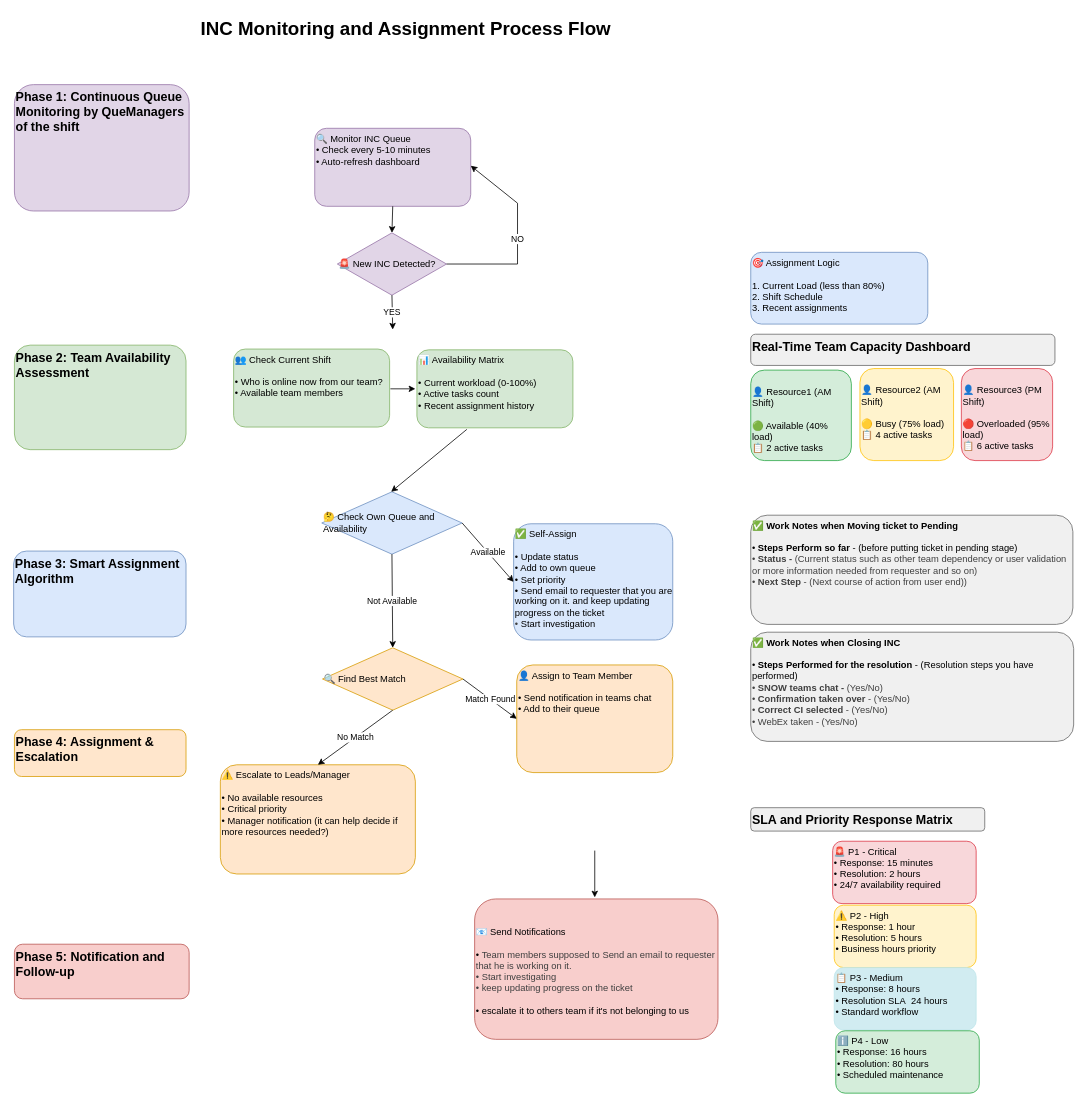
Before: INC-Monitoring-Assignment.drawio in vilaswasnik/SnowINCProcess, a draw.io diagram. Source tidied: cells renumbered, new cells numbered last; positions are measured from the earlier drawing's top-left corner, leaving out a move shared by most shapes. Both pictures are drawn from the tidied source at 78%, with x=0, y=0 at pixel (13, 13).
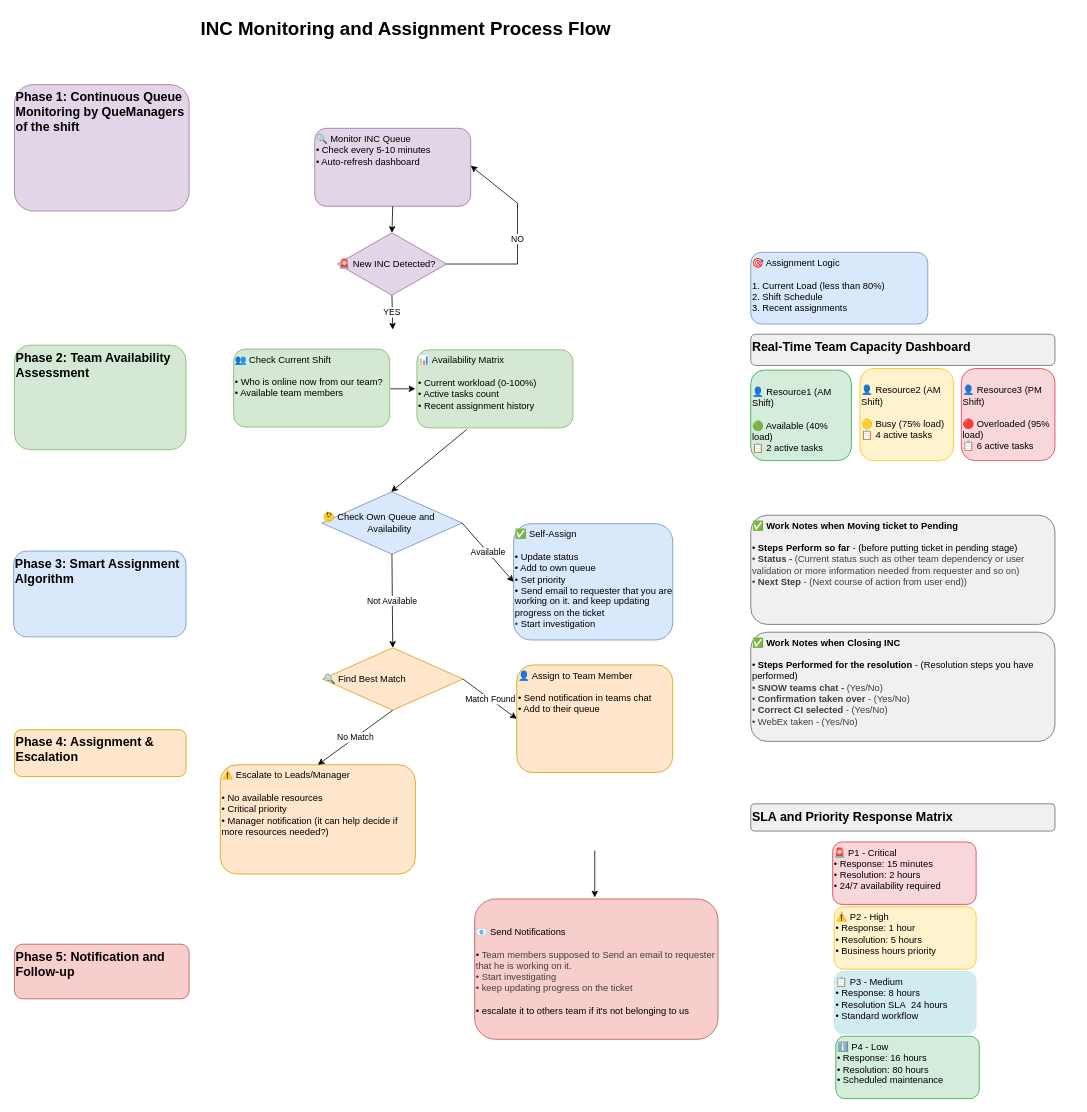
The same page after the edit.

Commit message:
Improve diagram formatting and layout consistency

- Adjust canvas zoom level for optimal viewing (dx=1240)
- Enhance text spacing in decision box for better readability
- Standardize element widths for visual consistency:
  - Team member blocks: consistent 120px width
  - Work notes sections: standardized to 390px width
- Optimize SLA section positioning and alignment
- Minor positioning adjustments for better overall layout

The edit, as a diff of the source:
```diff
@@
-    <mxCell id="10" value="🤔 Check Own Queue and Availability" style="rhombus;whiteSpace=wrap;html=1;fillColor=#dae8fc;strokeColor=#6c8ebf;align=left;verticalAlign=middle;" parent="1" vertex="1">
+    <mxCell id="10" value="🤔 Check Own Queue and&amp;nbsp; &amp;nbsp; &amp;nbsp; &amp;nbsp; &amp;nbsp; &amp;nbsp; &amp;nbsp; &amp;nbsp; &amp;nbsp; &amp;nbsp; &amp;nbsp; &amp;nbsp; &amp;nbsp; &amp;nbsp;Availability" style="rhombus;whiteSpace=wrap;html=1;fillColor=#dae8fc;strokeColor=#6c8ebf;align=left;verticalAlign=middle;" parent="1" vertex="1">
       <mxGeometry x="395" y="613" width="180" height="80" as="geometry" />
     </mxCell>
@@
     <mxCell id="21" value="&lt;div&gt;&lt;br&gt;&lt;/div&gt;👤&amp;nbsp;&lt;span style=&quot;color: rgb(0, 0, 0);&quot;&gt;Resource3&lt;/span&gt;&amp;nbsp;(PM Shift)&lt;div&gt;&lt;font color=&quot;#000000&quot;&gt;&lt;br&gt;&lt;/font&gt;&lt;div&gt;🔴 Overloaded (95% load)&lt;br&gt;📋 6 active tasks&lt;br&gt;&lt;br&gt;&lt;/div&gt;&lt;/div&gt;" style="rounded=1;whiteSpace=wrap;html=1;fillColor=#f8d7da;strokeColor=#dc3545;align=left;verticalAlign=top;" parent="1" vertex="1">
-      <mxGeometry x="1215" y="455" width="117" height="118" as="geometry" />
+      <mxGeometry x="1215" y="455" width="120" height="118" as="geometry" />
     </mxCell>
@@
     <mxCell id="24" value="SLA and Priority Response Matrix" style="rounded=1;whiteSpace=wrap;html=1;fontSize=16;fontStyle=1;fillColor=#f0f0f0;strokeColor=#666666;align=left;verticalAlign=top;" parent="1" vertex="1">
-      <mxGeometry x="945" y="1018" width="300" height="30" as="geometry" />
+      <mxGeometry x="945" y="1013" width="390" height="35" as="geometry" />
     </mxCell>
     <mxCell id="25" value="🚨 P1 - Critical&lt;br&gt;• Response: 15 minutes&lt;br&gt;• Resolution: 2 hours&lt;br&gt;• 24/7 availability required" style="rounded=1;whiteSpace=wrap;html=1;fillColor=#f8d7da;strokeColor=#dc3545;align=left;verticalAlign=top;" parent="1" vertex="1">
-      <mxGeometry x="1050" y="1061" width="184" height="80" as="geometry" />
+      <mxGeometry x="1050" y="1062" width="184" height="80" as="geometry" />
     </mxCell>
     <mxCell id="26" value="⚠️ P2 - High&lt;br&gt;• Response: 1 hour&lt;br&gt;• Resolution: 5 hours&lt;br&gt;• Business hours priority" style="rounded=1;whiteSpace=wrap;html=1;fillColor=#fff3cd;strokeColor=#ffc107;align=left;verticalAlign=top;" parent="1" vertex="1">
-      <mxGeometry x="1052" y="1143" width="182" height="80" as="geometry" />
+      <mxGeometry x="1052" y="1145" width="182" height="80" as="geometry" />
     </mxCell>
     <mxCell id="27" value="📋 P3 - Medium&lt;br&gt;• Response: 8 hours&lt;br&gt;• Resolution SLA&amp;nbsp; 24 hours&lt;br&gt;• Standard workflow" style="rounded=1;whiteSpace=wrap;html=1;fillColor=#d1ecf1;strokeColor=#bee5eb;align=left;verticalAlign=top;" parent="1" vertex="1">
-      <mxGeometry x="1052" y="1223" width="182" height="80" as="geometry" />
+      <mxGeometry x="1052" y="1228" width="182" height="80" as="geometry" />
     </mxCell>
     <mxCell id="28" value="ℹ️ P4 - Low&lt;br&gt;• Response: 16 hours&lt;br&gt;• Resolution: 80 hours&lt;br&gt;• Scheduled maintenance" style="rounded=1;whiteSpace=wrap;html=1;fillColor=#d4edda;strokeColor=#28a745;align=left;verticalAlign=top;" parent="1" vertex="1">
-      <mxGeometry x="1054" y="1304" width="184" height="80" as="geometry" />
+      <mxGeometry x="1054" y="1311" width="184" height="80" as="geometry" />
     </mxCell>
@@
     <mxCell id="38" value="✅&lt;b&gt; Work Notes when Moving ticket to Pending&lt;/b&gt;&lt;br&gt;&lt;br&gt;&lt;div&gt;• &lt;b&gt;Steps Perform so far&lt;/b&gt; - (before putting ticket in pending stage)&amp;nbsp;&lt;span style=&quot;white-space: pre;&quot;&gt;&#9;&lt;/span&gt;&lt;br&gt;&lt;/div&gt;&lt;div&gt;&lt;span style=&quot;color: rgb(63, 63, 63);&quot;&gt;• &lt;b&gt;Status -&lt;/b&gt; (Current status such as other team dependency or user validation or more information needed from requester and so on)&lt;/span&gt;&lt;/div&gt;&lt;div&gt;&lt;span style=&quot;background-color: transparent; color: rgb(63, 63, 63);&quot;&gt;• &lt;b&gt;Next Step&lt;/b&gt; - (Next course of action from user end))&lt;/span&gt;&lt;span style=&quot;background-color: transparent;&quot;&gt;&amp;nbsp;&lt;/span&gt;&lt;/div&gt;" style="rounded=1;whiteSpace=wrap;html=1;fillColor=#f0f0f0;strokeColor=#666666;align=left;verticalAlign=top;" parent="1" vertex="1">
-      <mxGeometry x="945" y="643" width="413" height="140" as="geometry" />
+      <mxGeometry x="945" y="643" width="390" height="140" as="geometry" />
     </mxCell>
     <mxCell id="39" value="✅ &lt;b&gt;Work Notes when Closing INC&lt;/b&gt;&lt;br&gt;&lt;br&gt;&lt;div&gt;• &lt;b&gt;Steps Performed for the resolution&lt;/b&gt;&amp;nbsp;- (Resolution steps you have performed)&amp;nbsp;&lt;span style=&quot;white-space: pre;&quot;&gt;&#9;&lt;/span&gt;&lt;br&gt;&lt;/div&gt;&lt;div&gt;&lt;span style=&quot;color: rgb(63, 63, 63);&quot;&gt;• &lt;b&gt;SNOW teams chat -&lt;/b&gt; (Yes/No)&lt;/span&gt;&lt;/div&gt;&lt;div&gt;&lt;span style=&quot;background-color: transparent; color: rgb(63, 63, 63);&quot;&gt;• &lt;b&gt;Confirmation taken over&lt;/b&gt;&amp;nbsp;- (Yes/No)&lt;/span&gt;&lt;/div&gt;&lt;div&gt;&lt;span style=&quot;background-color: transparent; color: rgb(63, 63, 63);&quot;&gt;•&lt;/span&gt;&lt;span style=&quot;background-color: transparent; color: rgb(63, 63, 63);&quot;&gt;&amp;nbsp;&lt;/span&gt;&lt;b style=&quot;background-color: transparent; color: rgb(63, 63, 63); scrollbar-color: rgb(226, 226, 226) rgb(251, 251, 251);&quot;&gt;Correct CI selected &lt;/b&gt;&lt;span style=&quot;background-color: transparent; color: rgb(63, 63, 63);&quot;&gt;- (Yes/No)&lt;/span&gt;&lt;/div&gt;&lt;div&gt;&lt;span style=&quot;color: rgb(63, 63, 63);&quot;&gt;• WebEx taken - (Yes/No)&lt;/span&gt;&lt;span style=&quot;background-color: transparent; color: rgb(63, 63, 63);&quot;&gt;&lt;/span&gt;&lt;/div&gt;&lt;div&gt;&lt;span style=&quot;background-color: transparent;&quot;&gt;&amp;nbsp;&lt;/span&gt;&lt;/div&gt;" style="rounded=1;whiteSpace=wrap;html=1;fillColor=#f0f0f0;strokeColor=#666666;align=left;verticalAlign=top;" parent="1" vertex="1">
-      <mxGeometry x="945" y="793" width="414" height="140" as="geometry" />
+      <mxGeometry x="945" y="793" width="390" height="140" as="geometry" />
     </mxCell>
```
